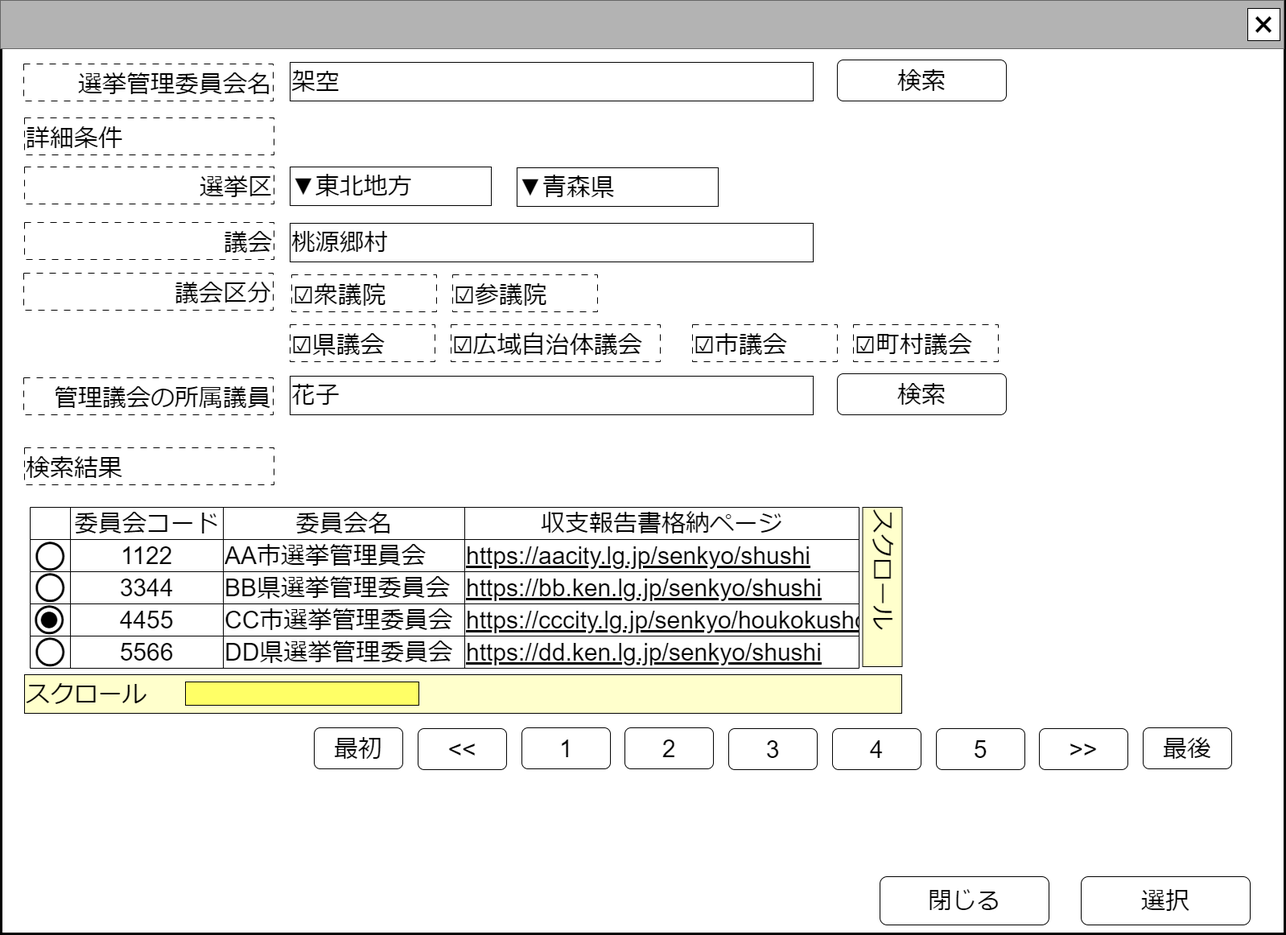
Earlier version of the draw.io export docs/common/front/search_election_commission/image/選挙管理委員会検索.drawio.png (chiwa2023/investigate-politician-balance-report). Source tidied: cells renumbered, new cells last; positions are measured from the earlier drawing's top-left corner, leaving out a move shared by most shapes.
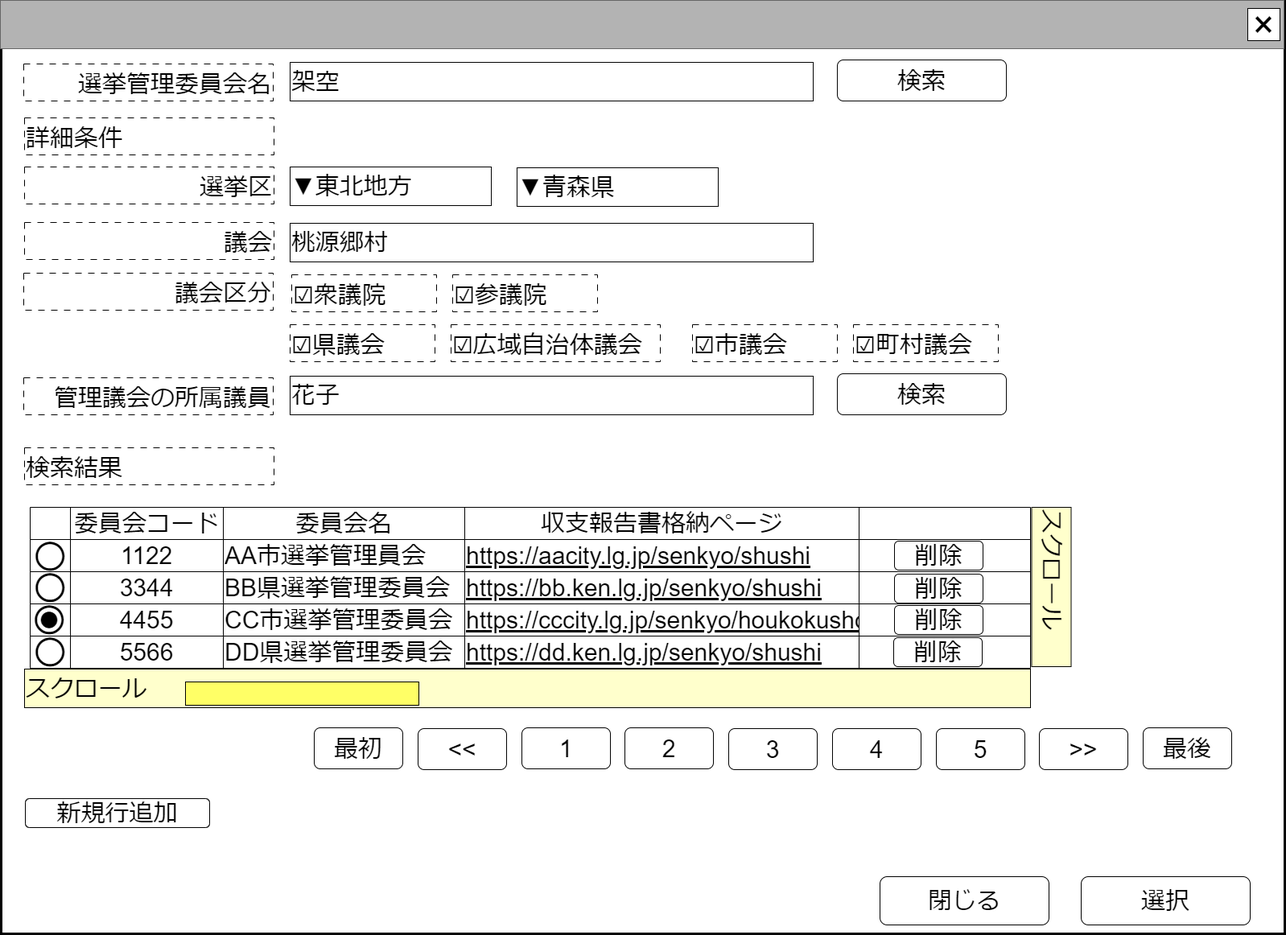
The same file after the commit.

Diff of the diagram source:
```diff
@@ -58,22 +58,22 @@
       <mxGeometry x="519" y="905" width="110" height="51" as="geometry" />
     </mxCell>
     <mxCell id="21" value="&lt;div style=&quot;&quot;&gt;&lt;font style=&quot;font-size: 30px;&quot;&gt;スクロール&lt;/font&gt;&lt;/div&gt;" style="rounded=0;whiteSpace=wrap;html=1;align=left;verticalAlign=top;fillColor=#FFFFCC;rotation=90;" parent="5" vertex="1">
-      <mxGeometry x="997" y="704.5" width="198" height="49" as="geometry" />
+      <mxGeometry x="1207" y="704.5" width="198" height="49" as="geometry" />
     </mxCell>
     <mxCell id="22" value="&lt;span style=&quot;font-size: 30px;&quot;&gt;議会&lt;/span&gt;" style="rounded=0;whiteSpace=wrap;html=1;align=right;dashed=1;dashPattern=8 8;verticalAlign=bottom;" parent="5" vertex="1">
       <mxGeometry x="30" y="276" width="310" height="46" as="geometry" />
     </mxCell>
     <mxCell id="23" value="&lt;div style=&quot;&quot;&gt;&lt;font style=&quot;font-size: 30px;&quot;&gt;スクロール&lt;/font&gt;&lt;/div&gt;" style="rounded=0;whiteSpace=wrap;html=1;align=left;verticalAlign=top;fillColor=#FFFFCC;" parent="5" vertex="1">
-      <mxGeometry x="30" y="838" width="1090" height="48" as="geometry" />
+      <mxGeometry x="30" y="831" width="1250" height="48" as="geometry" />
     </mxCell>
     <mxCell id="24" value="&lt;div style=&quot;&quot;&gt;&lt;br&gt;&lt;/div&gt;" style="rounded=0;whiteSpace=wrap;html=1;align=left;verticalAlign=top;fillColor=#FFFF66;" parent="5" vertex="1">
       <mxGeometry x="230" y="847" width="290" height="29" as="geometry" />
     </mxCell>
     <mxCell id="25" style="shape=table;startSize=0;fontSize=16;" parent="5" vertex="1">
-      <mxGeometry x="37" y="630" width="1030" height="200" as="geometry" />
+      <mxGeometry x="37" y="630" width="1243" height="200" as="geometry" />
     </mxCell>
     <mxCell id="26" style="shape=tableRow;horizontal=0;startSize=0;swimlaneHead=0;swimlaneBody=0;strokeColor=inherit;top=0;left=0;bottom=0;right=0;fillColor=none;fontSize=16;" parent="25" vertex="1">
-      <mxGeometry width="1030" height="40" as="geometry" />
+      <mxGeometry width="1243" height="40" as="geometry" />
     </mxCell>
     <mxCell id="27" style="shape=partialRectangle;html=1;whiteSpace=wrap;strokeColor=inherit;overflow=hidden;fillColor=none;top=0;left=0;bottom=0;right=0;fontSize=16;" parent="26" vertex="1">
       <mxGeometry width="50" height="40" as="geometry" />
@@ -87,8 +87,11 @@
     <mxCell id="30" value="&lt;font style=&quot;font-size: 30px;&quot;&gt;収支報告書格納ページ&lt;/font&gt;" style="shape=partialRectangle;html=1;whiteSpace=wrap;strokeColor=inherit;overflow=hidden;fillColor=none;top=0;left=0;bottom=0;right=0;fontSize=16;" parent="26" vertex="1">
       <mxGeometry x="540" width="490" height="40" as="geometry" />
     </mxCell>
+    <mxCell id="71" style="shape=partialRectangle;html=1;whiteSpace=wrap;strokeColor=inherit;overflow=hidden;fillColor=none;top=0;left=0;bottom=0;right=0;fontSize=16;" parent="26" vertex="1">
+      <mxGeometry x="1030" width="213" height="40" as="geometry" />
+    </mxCell>
     <mxCell id="31" style="shape=tableRow;horizontal=0;startSize=0;swimlaneHead=0;swimlaneBody=0;strokeColor=inherit;top=0;left=0;bottom=0;right=0;fillColor=none;fontSize=16;" parent="25" vertex="1">
-      <mxGeometry y="40" width="1030" height="40" as="geometry" />
+      <mxGeometry y="40" width="1243" height="40" as="geometry" />
     </mxCell>
     <mxCell id="32" style="shape=partialRectangle;html=1;whiteSpace=wrap;strokeColor=inherit;overflow=hidden;fillColor=none;top=0;left=0;bottom=0;right=0;fontSize=16;" parent="31" vertex="1">
       <mxGeometry width="50" height="40" as="geometry" />
@@ -102,8 +105,11 @@
     <mxCell id="35" value="&lt;span style=&quot;font-size: 30px;&quot;&gt;&lt;u&gt;https://aacity.lg.jp/senkyo/shushi&lt;/u&gt;&lt;/span&gt;" style="shape=partialRectangle;html=1;whiteSpace=wrap;strokeColor=inherit;overflow=hidden;fillColor=none;top=0;left=0;bottom=0;right=0;fontSize=16;align=left;" parent="31" vertex="1">
       <mxGeometry x="540" width="490" height="40" as="geometry" />
     </mxCell>
+    <mxCell id="72" style="shape=partialRectangle;html=1;whiteSpace=wrap;strokeColor=inherit;overflow=hidden;fillColor=none;top=0;left=0;bottom=0;right=0;fontSize=16;align=left;" parent="31" vertex="1">
+      <mxGeometry x="1030" width="213" height="40" as="geometry" />
+    </mxCell>
     <mxCell id="36" style="shape=tableRow;horizontal=0;startSize=0;swimlaneHead=0;swimlaneBody=0;strokeColor=inherit;top=0;left=0;bottom=0;right=0;fillColor=none;fontSize=16;align=left;" parent="25" vertex="1">
-      <mxGeometry y="80" width="1030" height="40" as="geometry" />
+      <mxGeometry y="80" width="1243" height="40" as="geometry" />
     </mxCell>
     <mxCell id="37" style="shape=partialRectangle;html=1;whiteSpace=wrap;strokeColor=inherit;overflow=hidden;fillColor=none;top=0;left=0;bottom=0;right=0;fontSize=16;" parent="36" vertex="1">
       <mxGeometry width="50" height="40" as="geometry" />
@@ -117,8 +123,11 @@
     <mxCell id="40" value="&lt;span style=&quot;font-size: 30px;&quot;&gt;&lt;u&gt;https://bb.ken.lg.jp/senkyo/shushi&lt;/u&gt;&lt;/span&gt;" style="shape=partialRectangle;html=1;whiteSpace=wrap;strokeColor=inherit;overflow=hidden;fillColor=none;top=0;left=0;bottom=0;right=0;fontSize=16;align=left;" parent="36" vertex="1">
       <mxGeometry x="540" width="490" height="40" as="geometry" />
     </mxCell>
+    <mxCell id="73" style="shape=partialRectangle;html=1;whiteSpace=wrap;strokeColor=inherit;overflow=hidden;fillColor=none;top=0;left=0;bottom=0;right=0;fontSize=16;align=left;" parent="36" vertex="1">
+      <mxGeometry x="1030" width="213" height="40" as="geometry" />
+    </mxCell>
     <mxCell id="41" style="shape=tableRow;horizontal=0;startSize=0;swimlaneHead=0;swimlaneBody=0;strokeColor=inherit;top=0;left=0;bottom=0;right=0;fillColor=none;fontSize=16;" parent="25" vertex="1">
-      <mxGeometry y="120" width="1030" height="40" as="geometry" />
+      <mxGeometry y="120" width="1243" height="40" as="geometry" />
     </mxCell>
     <mxCell id="42" style="shape=partialRectangle;html=1;whiteSpace=wrap;strokeColor=inherit;overflow=hidden;fillColor=none;top=0;left=0;bottom=0;right=0;fontSize=16;" parent="41" vertex="1">
       <mxGeometry width="50" height="40" as="geometry" />
@@ -132,8 +141,11 @@
     <mxCell id="45" value="&lt;span style=&quot;font-size: 30px;&quot;&gt;&lt;u&gt;https://cccity.lg.jp/senkyo/houkokusho&lt;/u&gt;&lt;/span&gt;" style="shape=partialRectangle;html=1;whiteSpace=wrap;strokeColor=inherit;overflow=hidden;fillColor=none;top=0;left=0;bottom=0;right=0;fontSize=16;align=left;" parent="41" vertex="1">
       <mxGeometry x="540" width="490" height="40" as="geometry" />
     </mxCell>
+    <mxCell id="74" style="shape=partialRectangle;html=1;whiteSpace=wrap;strokeColor=inherit;overflow=hidden;fillColor=none;top=0;left=0;bottom=0;right=0;fontSize=16;align=left;" parent="41" vertex="1">
+      <mxGeometry x="1030" width="213" height="40" as="geometry" />
+    </mxCell>
     <mxCell id="46" style="shape=tableRow;horizontal=0;startSize=0;swimlaneHead=0;swimlaneBody=0;strokeColor=inherit;top=0;left=0;bottom=0;right=0;fillColor=none;fontSize=16;" parent="25" vertex="1">
-      <mxGeometry y="160" width="1030" height="40" as="geometry" />
+      <mxGeometry y="160" width="1243" height="40" as="geometry" />
     </mxCell>
     <mxCell id="47" style="shape=partialRectangle;html=1;whiteSpace=wrap;strokeColor=inherit;overflow=hidden;fillColor=none;top=0;left=0;bottom=0;right=0;fontSize=16;" parent="46" vertex="1">
       <mxGeometry width="50" height="40" as="geometry" />
@@ -147,6 +159,9 @@
     <mxCell id="50" value="&lt;div style=&quot;&quot;&gt;&lt;span style=&quot;font-size: 30px;&quot;&gt;&lt;u&gt;https://dd.ken.lg.jp/senkyo/shushi&lt;/u&gt;&lt;/span&gt;&lt;br&gt;&lt;/div&gt;" style="shape=partialRectangle;html=1;whiteSpace=wrap;strokeColor=inherit;overflow=hidden;fillColor=none;top=0;left=0;bottom=0;right=0;fontSize=16;align=left;" parent="46" vertex="1">
       <mxGeometry x="540" width="490" height="40" as="geometry" />
     </mxCell>
+    <mxCell id="75" style="shape=partialRectangle;html=1;whiteSpace=wrap;strokeColor=inherit;overflow=hidden;fillColor=none;top=0;left=0;bottom=0;right=0;fontSize=16;align=left;" parent="46" vertex="1">
+      <mxGeometry x="1030" width="213" height="40" as="geometry" />
+    </mxCell>
     <mxCell id="51" value="&lt;font style=&quot;font-size: 84px;&quot;&gt;○&lt;/font&gt;" style="text;html=1;strokeColor=none;fillColor=none;align=center;verticalAlign=middle;whiteSpace=wrap;rounded=0;fontSize=60;" parent="5" vertex="1">
       <mxGeometry x="32" y="671" width="60" height="30" as="geometry" />
     </mxCell>
@@ -207,5 +222,20 @@
     <mxCell id="70" value="&lt;span style=&quot;font-size: 30px;&quot;&gt;☑参議院&lt;/span&gt;" style="rounded=0;whiteSpace=wrap;html=1;align=left;dashed=1;dashPattern=8 8;verticalAlign=bottom;" parent="5" vertex="1">
       <mxGeometry x="562" y="341" width="180" height="46" as="geometry" />
     </mxCell>
+    <mxCell id="76" value="&lt;span style=&quot;font-size: 30px;&quot;&gt;削除&lt;/span&gt;" style="rounded=1;whiteSpace=wrap;html=1;" parent="5" vertex="1">
+      <mxGeometry x="1111" y="672" width="110" height="36" as="geometry" />
+    </mxCell>
+    <mxCell id="77" value="&lt;span style=&quot;font-size: 30px;&quot;&gt;削除&lt;/span&gt;" style="rounded=1;whiteSpace=wrap;html=1;" parent="5" vertex="1">
+      <mxGeometry x="1111" y="713" width="110" height="36" as="geometry" />
+    </mxCell>
+    <mxCell id="78" value="&lt;span style=&quot;font-size: 30px;&quot;&gt;削除&lt;/span&gt;" style="rounded=1;whiteSpace=wrap;html=1;" parent="5" vertex="1">
+      <mxGeometry x="1111" y="752" width="110" height="36" as="geometry" />
+    </mxCell>
+    <mxCell id="79" value="&lt;span style=&quot;font-size: 30px;&quot;&gt;削除&lt;/span&gt;" style="rounded=1;whiteSpace=wrap;html=1;" parent="5" vertex="1">
+      <mxGeometry x="1110" y="792" width="110" height="36" as="geometry" />
+    </mxCell>
+    <mxCell id="80" value="&lt;span style=&quot;font-size: 30px;&quot;&gt;新規行追加&lt;/span&gt;" style="rounded=1;whiteSpace=wrap;html=1;" parent="5" vertex="1">
+      <mxGeometry x="31" y="992" width="229" height="36" as="geometry" />
+    </mxCell>
   </root>
 </mxGraphModel>
```
